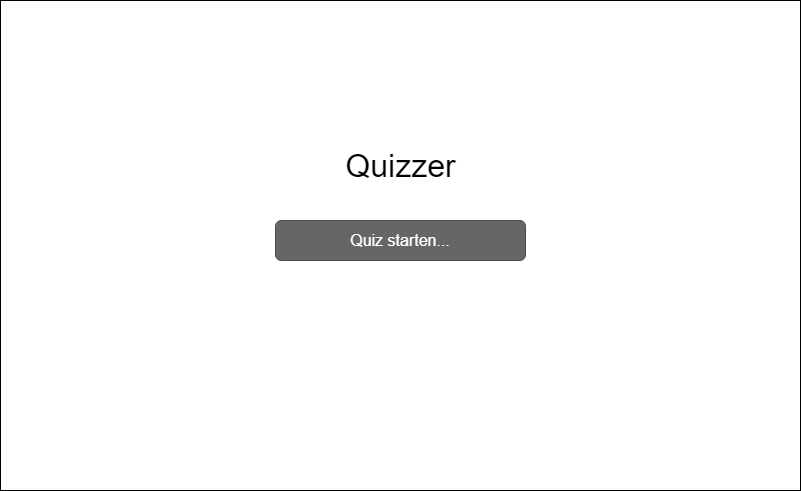
This is Software Guidebook/wireframes/wireframes-Master (start).png from Patrickroelofs/HANICA-DWA-Quizzer, a draw.io export, as it was before one commit. Source tidied: cells renumbered, new cells last; positions are measured from the earlier drawing's top-left corner, leaving out a move shared by most shapes. The source it was exported from:
```xml
<mxGraphModel>
  <root>
    <mxCell id="0" />
    <mxCell id="1" parent="0" />
    <mxCell id="2" style="rounded=0;whiteSpace=wrap;html=1;strokeColor=#000000;fillColor=#ffffff;fontSize=20;" parent="1" vertex="1">
      <mxGeometry width="800" height="490" as="geometry" />
    </mxCell>
    <mxCell id="3" value="&lt;font style=&quot;font-size: 32px&quot;&gt;Quizzer&lt;/font&gt;" style="text;html=1;align=center;verticalAlign=middle;fillColor=none;strokeColor=none;rounded=0;fontSize=20;" parent="1" vertex="1">
      <mxGeometry x="335" y="150" width="130" height="30" as="geometry" />
    </mxCell>
    <mxCell id="4" value="&lt;font style=&quot;font-size: 16px&quot;&gt;Quiz starten...&lt;/font&gt;" style="rounded=1;html=1;shadow=0;dashed=0;whiteSpace=wrap;fontSize=10;fillColor=#666666;align=center;strokeColor=#4D4D4D;fontColor=#ffffff;" parent="1" vertex="1">
      <mxGeometry x="275" y="220" width="250" height="40" as="geometry" />
    </mxCell>
  </root>
</mxGraphModel>
```
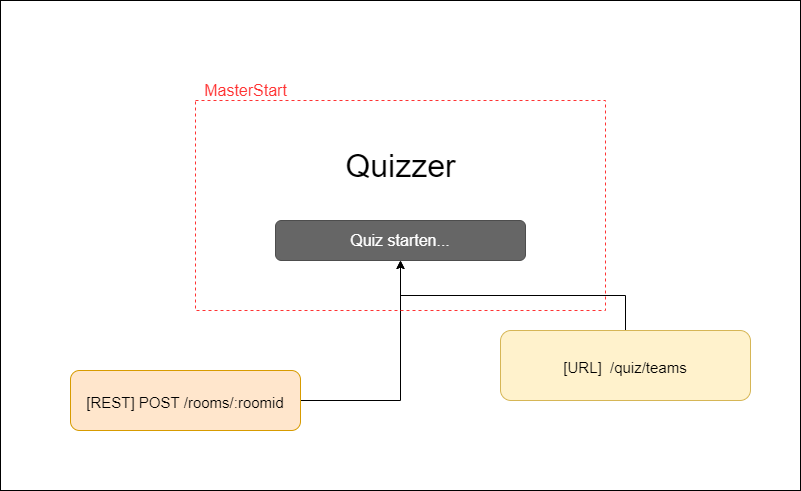
Later version of the same file.

Diff of the diagram source:
```diff
@@ -11,5 +11,25 @@
     <mxCell id="4" value="&lt;font style=&quot;font-size: 16px&quot;&gt;Quiz starten...&lt;/font&gt;" style="rounded=1;html=1;shadow=0;dashed=0;whiteSpace=wrap;fontSize=10;fillColor=#666666;align=center;strokeColor=#4D4D4D;fontColor=#ffffff;" parent="1" vertex="1">
       <mxGeometry x="275" y="220" width="250" height="40" as="geometry" />
     </mxCell>
+    <mxCell id="5" style="edgeStyle=orthogonalEdgeStyle;rounded=0;jettySize=auto;html=1;entryX=0.5;entryY=1;entryDx=0;entryDy=0;fontSize=21;" parent="1" edge="1" source="6" target="4">
+      <mxGeometry relative="1" as="geometry" />
+    </mxCell>
+    <mxCell id="6" value="&lt;font style=&quot;font-size: 15px&quot;&gt;[URL]&amp;nbsp; /quiz/teams&lt;/font&gt;" style="rounded=1;whiteSpace=wrap;html=1;labelBackgroundColor=none;strokeColor=#d6b656;fillColor=#fff2cc;fontSize=21;" parent="1" vertex="1">
+      <mxGeometry x="500" y="330" width="250" height="70" as="geometry" />
+    </mxCell>
+    <mxCell id="7" style="edgeStyle=orthogonalEdgeStyle;rounded=0;jettySize=auto;html=1;fontSize=21;" parent="1" edge="1" source="8">
+      <mxGeometry relative="1" as="geometry">
+        <mxPoint x="400" y="260" as="targetPoint" />
+      </mxGeometry>
+    </mxCell>
+    <mxCell id="8" value="&lt;font style=&quot;font-size: 15px&quot;&gt;[REST] POST /rooms/:roomid&lt;/font&gt;" style="rounded=1;whiteSpace=wrap;html=1;labelBackgroundColor=none;strokeColor=#d79b00;fillColor=#ffe6cc;fontSize=21;" parent="1" vertex="1">
+      <mxGeometry x="70" y="370" width="230" height="60" as="geometry" />
+    </mxCell>
+    <mxCell id="9" style="rounded=0;whiteSpace=wrap;html=1;labelBackgroundColor=none;fontSize=21;fillColor=none;dashed=1;strokeColor=#FF3333;" parent="1" vertex="1">
+      <mxGeometry x="195" y="100" width="410" height="210" as="geometry" />
+    </mxCell>
+    <mxCell id="10" value="MasterStart" style="text;html=1;align=center;verticalAlign=middle;fillColor=none;strokeColor=none;rounded=0;dashed=1;labelBackgroundColor=none;fontSize=16;fontColor=#FF3333;" parent="1" vertex="1">
+      <mxGeometry x="195" y="80" width="100" height="20" as="geometry" />
+    </mxCell>
   </root>
 </mxGraphModel>
```
